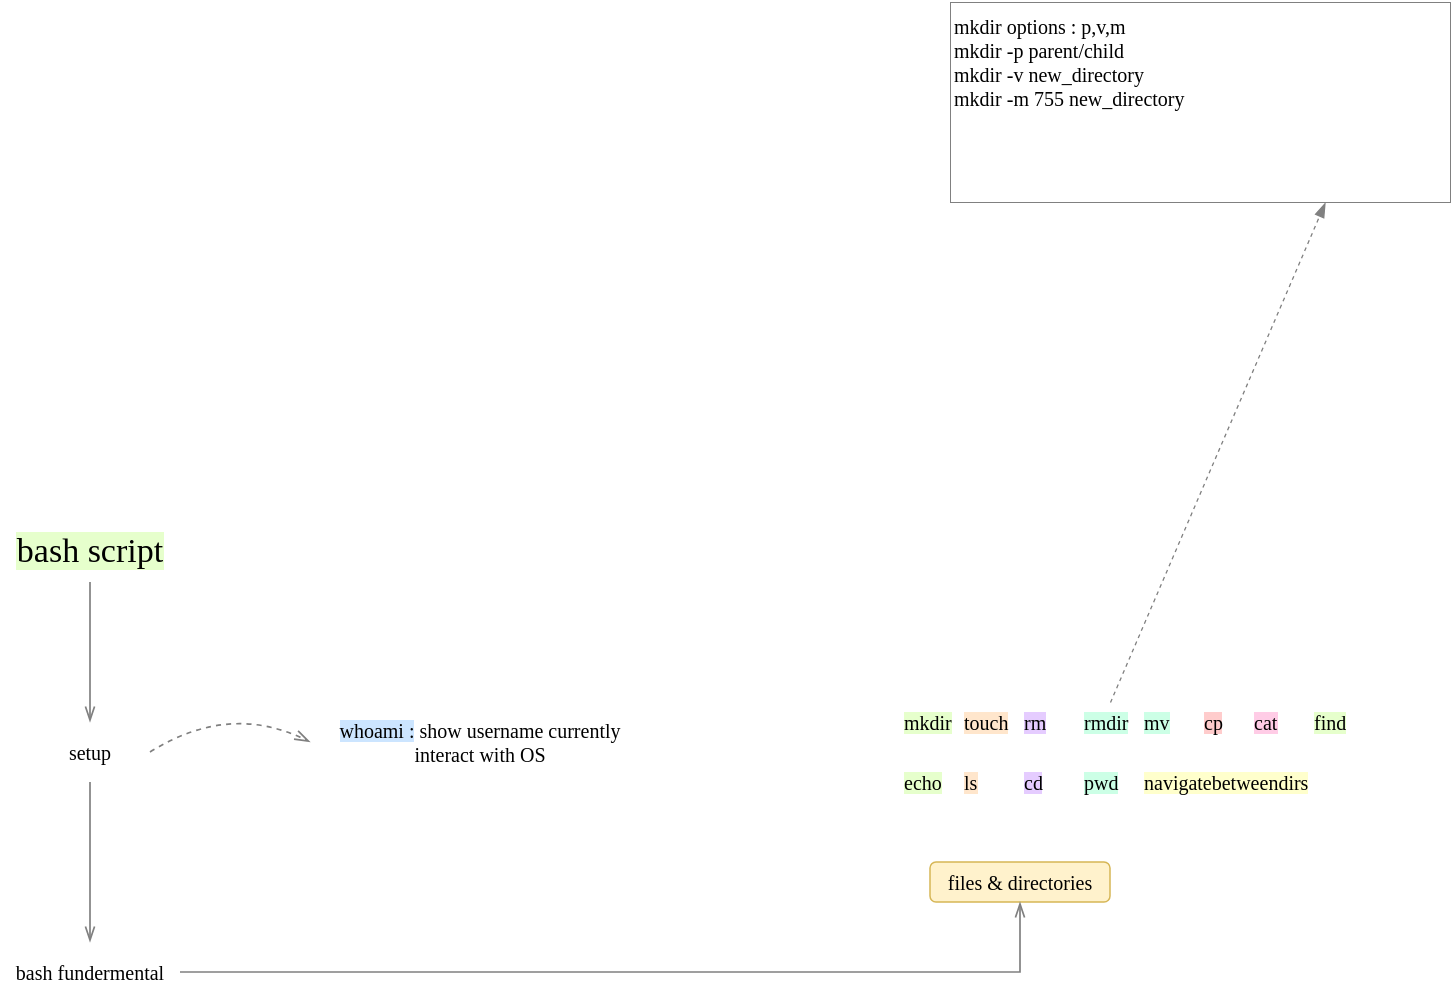
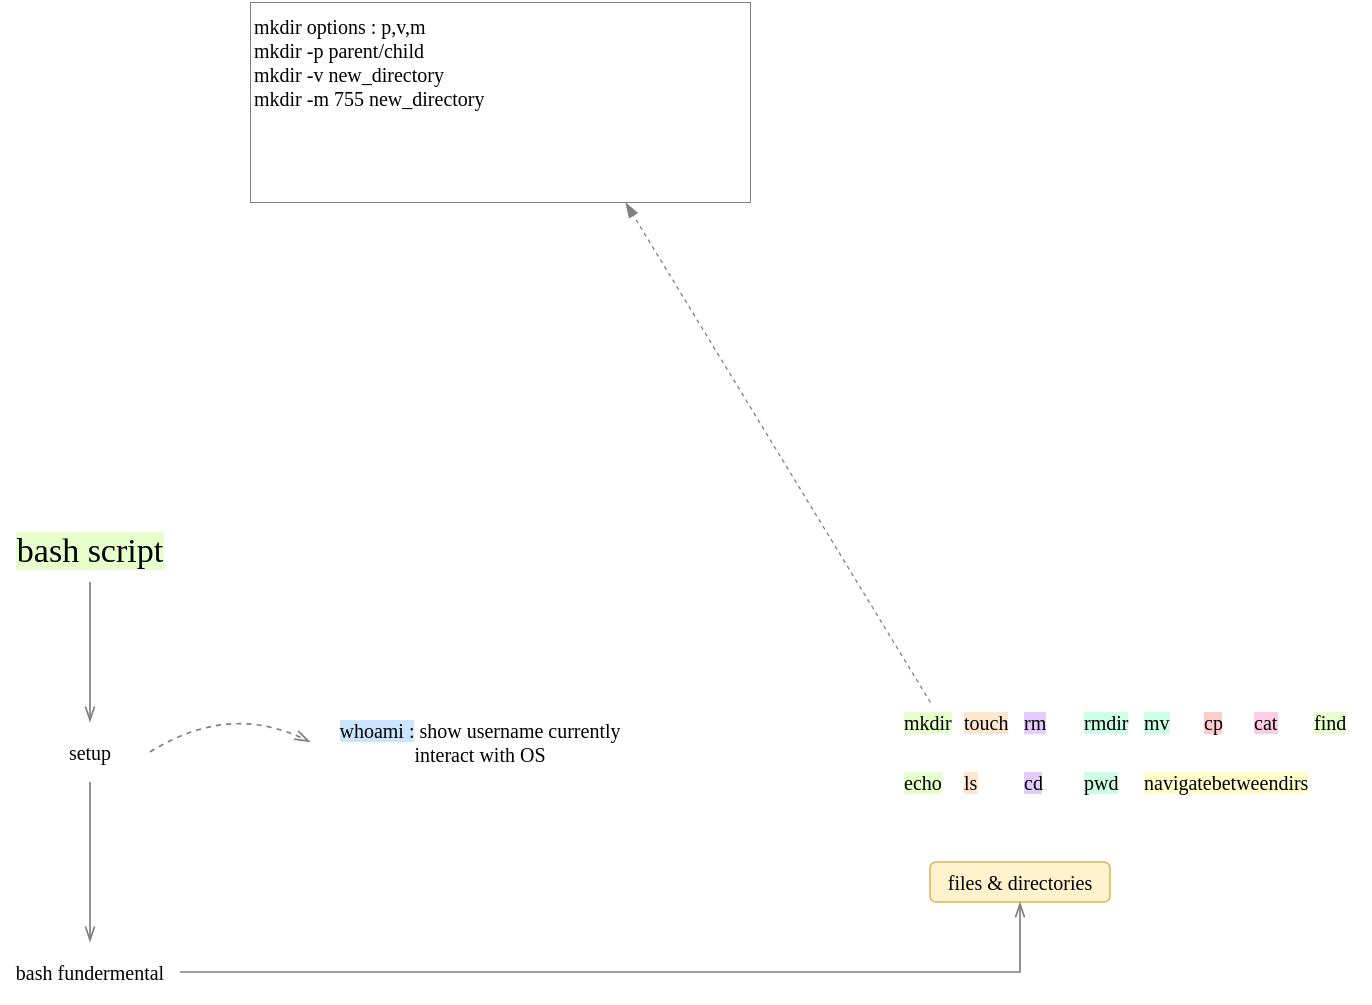
<mxfile host="app.diagrams.net">
  <diagram name="Page-1" id="ASFAg3QW-8pENEQWLq1w">
    <mxGraphModel dx="913" dy="1578" grid="1" gridSize="10" guides="1" tooltips="1" connect="1" arrows="1" fold="1" page="1" pageScale="1" pageWidth="827" pageHeight="1169" math="0" shadow="0">
      <root>
        <mxCell id="0" />
        <mxCell id="1" parent="0" />
        <mxCell id="yHV59lyykjLdx_5fFAOr-2" parent="1" style="text;html=1;whiteSpace=wrap;strokeColor=none;fillColor=none;align=center;verticalAlign=middle;rounded=0;fontFamily=Comic Sans MS;fontSize=17;" value="&lt;span style=&quot;background-color: rgb(230, 255, 204);&quot;&gt;bash script&lt;/span&gt;" vertex="1">
          <mxGeometry height="30" width="80" x="320" y="240" as="geometry" />
        </mxCell>
        <mxCell id="yHV59lyykjLdx_5fFAOr-3" parent="1" style="text;html=1;whiteSpace=wrap;strokeColor=none;fillColor=none;align=center;verticalAlign=middle;rounded=0;fontFamily=Comic Sans MS;fontSize=10;" value="setup " vertex="1">
          <mxGeometry height="30" width="60" x="330" y="340" as="geometry" />
        </mxCell>
        <mxCell id="yHV59lyykjLdx_5fFAOr-4" edge="1" parent="1" source="yHV59lyykjLdx_5fFAOr-2" style="endArrow=openThin;html=1;rounded=0;strokeColor=#808080;endFill=0;strokeWidth=0.85;entryX=0.5;entryY=0;entryDx=0;entryDy=0;exitX=0.5;exitY=1;exitDx=0;exitDy=0;" target="yHV59lyykjLdx_5fFAOr-3" value="">
          <mxGeometry height="50" relative="1" width="50" as="geometry">
            <Array as="points" />
            <mxPoint x="420" y="330" as="sourcePoint" />
            <mxPoint x="420" y="389" as="targetPoint" />
          </mxGeometry>
        </mxCell>
        <mxCell id="yHV59lyykjLdx_5fFAOr-7" edge="1" parent="1" source="yHV59lyykjLdx_5fFAOr-3" style="endArrow=openThin;html=1;rounded=0;strokeColor=#808080;endFill=0;strokeWidth=0.85;exitX=0.5;exitY=1;exitDx=0;exitDy=0;" target="yHV59lyykjLdx_5fFAOr-12" value="">
          <mxGeometry height="50" relative="1" width="50" as="geometry">
            <Array as="points" />
            <mxPoint x="420" y="330" as="sourcePoint" />
            <mxPoint x="360" y="440" as="targetPoint" />
          </mxGeometry>
        </mxCell>
        <mxCell id="yHV59lyykjLdx_5fFAOr-8" parent="1" style="rounded=1;whiteSpace=wrap;html=1;strokeColor=none;fontFamily=Comic Sans MS;strokeWidth=0.75;fontSize=10;" value="&lt;span style=&quot;background-color: rgb(204, 229, 255);&quot;&gt;whoami :&lt;/span&gt;&lt;span&gt; show username currently interact with OS&lt;/span&gt;" vertex="1">
          <mxGeometry height="20" width="170" x="470" y="340" as="geometry" />
        </mxCell>
        <mxCell id="yHV59lyykjLdx_5fFAOr-11" edge="1" parent="1" source="yHV59lyykjLdx_5fFAOr-3" style="endArrow=openThin;html=1;rounded=0;strokeColor=#808080;endFill=0;strokeWidth=0.85;entryX=0;entryY=0.5;entryDx=0;entryDy=0;exitX=1;exitY=0.5;exitDx=0;exitDy=0;curved=1;dashed=1;" target="yHV59lyykjLdx_5fFAOr-8" value="">
          <mxGeometry height="50" relative="1" width="50" as="geometry">
            <Array as="points">
              <mxPoint x="430" y="330" />
            </Array>
            <mxPoint x="420" y="330" as="sourcePoint" />
            <mxPoint x="420" y="389" as="targetPoint" />
          </mxGeometry>
        </mxCell>
        <mxCell id="yHV59lyykjLdx_5fFAOr-12" parent="1" style="text;html=1;whiteSpace=wrap;strokeColor=none;fillColor=none;align=center;verticalAlign=middle;rounded=0;fontFamily=Comic Sans MS;fontSize=10;" value="bash fundermental" vertex="1">
          <mxGeometry height="30" width="90" x="315" y="450" as="geometry" />
        </mxCell>
        <mxCell id="yHV59lyykjLdx_5fFAOr-13" parent="1" style="rounded=1;whiteSpace=wrap;html=1;strokeColor=#d6b656;fontFamily=Comic Sans MS;strokeWidth=0.75;fillColor=#fff2cc;fontSize=10;" value="files &amp;amp; directories" vertex="1">
          <mxGeometry height="20" width="90" x="780" y="410" as="geometry" />
        </mxCell>
        <mxCell id="yHV59lyykjLdx_5fFAOr-15" edge="1" parent="1" source="yHV59lyykjLdx_5fFAOr-12" style="endArrow=openThin;html=1;rounded=0;strokeColor=#808080;endFill=0;strokeWidth=0.85;entryX=0.5;entryY=1;entryDx=0;entryDy=0;exitX=1;exitY=0.5;exitDx=0;exitDy=0;" target="yHV59lyykjLdx_5fFAOr-13" value="">
          <mxGeometry height="50" relative="1" width="50" as="geometry">
            <Array as="points">
              <mxPoint x="825" y="465" />
            </Array>
            <mxPoint x="530" y="390" as="sourcePoint" />
            <mxPoint x="530" y="449" as="targetPoint" />
          </mxGeometry>
        </mxCell>
        <mxCell id="yHV59lyykjLdx_5fFAOr-16" parent="1" style="text;html=1;whiteSpace=wrap;strokeColor=none;fillColor=none;align=left;verticalAlign=middle;rounded=0;fontFamily=Comic Sans MS;fontSize=10;" value="&lt;span style=&quot;background-color: rgb(204, 255, 230);&quot;&gt;pwd&lt;/span&gt;" vertex="1">
          <mxGeometry height="20" width="30" x="855" y="360" as="geometry" />
        </mxCell>
        <mxCell id="yHV59lyykjLdx_5fFAOr-18" parent="1" style="text;html=1;whiteSpace=wrap;strokeColor=none;fillColor=none;align=left;verticalAlign=middle;rounded=0;fontFamily=Comic Sans MS;fontSize=10;" value="&lt;span style=&quot;background-color: rgb(229, 204, 255);&quot;&gt;cd&lt;/span&gt;" vertex="1">
          <mxGeometry height="20" width="30" x="825" y="360" as="geometry" />
        </mxCell>
        <mxCell id="yHV59lyykjLdx_5fFAOr-19" parent="1" style="text;html=1;whiteSpace=wrap;strokeColor=none;fillColor=none;align=left;verticalAlign=middle;rounded=0;fontFamily=Comic Sans MS;fontSize=10;" value="&lt;span style=&quot;background-color: rgb(255, 230, 204);&quot;&gt;ls&lt;/span&gt;" vertex="1">
          <mxGeometry height="20" width="30" x="795" y="360" as="geometry" />
        </mxCell>
        <mxCell id="yHV59lyykjLdx_5fFAOr-20" parent="1" style="text;html=1;whiteSpace=wrap;strokeColor=none;fillColor=none;align=left;verticalAlign=middle;rounded=0;fontFamily=Comic Sans MS;fontSize=10;" value="&lt;span style=&quot;background-color: rgb(230, 255, 204);&quot;&gt;echo&lt;/span&gt;" vertex="1">
          <mxGeometry height="20" width="30" x="765" y="360" as="geometry" />
        </mxCell>
        <mxCell id="yHV59lyykjLdx_5fFAOr-21" parent="1" style="text;html=1;whiteSpace=wrap;strokeColor=none;fillColor=none;align=left;verticalAlign=middle;rounded=0;fontFamily=Comic Sans MS;fontSize=10;" value="&lt;span style=&quot;background-color: rgb(204, 255, 230);&quot;&gt;rmdir&lt;/span&gt;" vertex="1">
          <mxGeometry height="20" width="30" x="855" y="330" as="geometry" />
        </mxCell>
        <mxCell id="yHV59lyykjLdx_5fFAOr-22" parent="1" style="text;html=1;whiteSpace=wrap;strokeColor=none;fillColor=none;align=left;verticalAlign=middle;rounded=0;fontFamily=Comic Sans MS;fontSize=10;" value="&lt;span style=&quot;background-color: rgb(229, 204, 255);&quot;&gt;rm&lt;/span&gt;" vertex="1">
          <mxGeometry height="20" width="30" x="825" y="330" as="geometry" />
        </mxCell>
        <mxCell id="yHV59lyykjLdx_5fFAOr-23" parent="1" style="text;html=1;whiteSpace=wrap;strokeColor=none;fillColor=none;align=left;verticalAlign=middle;rounded=0;fontFamily=Comic Sans MS;fontSize=10;" value="&lt;span style=&quot;background-color: rgb(255, 230, 204);&quot;&gt;touch&lt;/span&gt;" vertex="1">
          <mxGeometry height="20" width="30" x="795" y="330" as="geometry" />
        </mxCell>
        <mxCell id="yHV59lyykjLdx_5fFAOr-24" parent="1" style="text;html=1;whiteSpace=wrap;strokeColor=none;fillColor=none;align=left;verticalAlign=middle;rounded=0;fontFamily=Comic Sans MS;fontSize=10;" value="&lt;span style=&quot;background-color: rgb(230, 255, 204);&quot;&gt;mkdir&lt;/span&gt;" vertex="1">
          <mxGeometry height="20" width="30" x="765" y="330" as="geometry" />
        </mxCell>
        <mxCell id="yHV59lyykjLdx_5fFAOr-25" parent="1" style="text;html=1;whiteSpace=wrap;strokeColor=none;fillColor=none;align=left;verticalAlign=middle;rounded=0;fontFamily=Comic Sans MS;fontSize=10;" value="&lt;span style=&quot;background-color: rgb(230, 255, 204);&quot;&gt;find&lt;/span&gt;" vertex="1">
          <mxGeometry height="20" width="30" x="970" y="330" as="geometry" />
        </mxCell>
        <mxCell id="yHV59lyykjLdx_5fFAOr-26" parent="1" style="text;html=1;whiteSpace=wrap;strokeColor=none;fillColor=none;align=left;verticalAlign=middle;rounded=0;fontFamily=Comic Sans MS;fontSize=10;" value="&lt;span style=&quot;background-color: rgb(255, 204, 230);&quot;&gt;cat&lt;/span&gt;" vertex="1">
          <mxGeometry height="20" width="30" x="940" y="330" as="geometry" />
        </mxCell>
        <mxCell id="yHV59lyykjLdx_5fFAOr-27" parent="1" style="text;html=1;whiteSpace=wrap;strokeColor=none;fillColor=none;align=left;verticalAlign=middle;rounded=0;fontFamily=Comic Sans MS;fontSize=10;" value="&lt;span style=&quot;background-color: rgb(255, 204, 204);&quot;&gt;cp&lt;/span&gt;" vertex="1">
          <mxGeometry height="20" width="30" x="915" y="330" as="geometry" />
        </mxCell>
        <mxCell id="yHV59lyykjLdx_5fFAOr-28" parent="1" style="text;html=1;whiteSpace=wrap;strokeColor=none;fillColor=none;align=left;verticalAlign=middle;rounded=0;fontFamily=Comic Sans MS;fontSize=10;" value="&lt;span style=&quot;background-color: rgb(204, 255, 230);&quot;&gt;mv&lt;/span&gt;" vertex="1">
          <mxGeometry height="20" width="30" x="885" y="330" as="geometry" />
        </mxCell>
        <mxCell id="yHV59lyykjLdx_5fFAOr-29" parent="1" style="text;html=1;whiteSpace=wrap;strokeColor=none;fillColor=none;align=left;verticalAlign=middle;rounded=0;fontFamily=Comic Sans MS;fontSize=10;" value="&lt;span style=&quot;background-color: rgb(255, 255, 204);&quot;&gt;navigatebetweendirs&lt;/span&gt;" vertex="1">
          <mxGeometry height="20" width="100" x="885" y="360" as="geometry" />
        </mxCell>
        <mxCell id="yHV59lyykjLdx_5fFAOr-31" parent="1" style="rounded=0;whiteSpace=wrap;html=1;fontFamily=Comic Sans MS;strokeWidth=0.5;strokeColor=#808080;align=left;verticalAlign=top;fontSize=10;" value="&lt;div&gt;mkdir options : p,v,m&lt;/div&gt;&lt;div&gt;mkdir -p parent/child&lt;/div&gt;&lt;div&gt;&lt;div&gt;mkdir -v new_directory&lt;/div&gt;&lt;/div&gt;&lt;div&gt;&lt;div&gt;mkdir -m 755 new_directory&lt;/div&gt;&lt;/div&gt;&lt;div&gt;&lt;br&gt;&lt;/div&gt;" vertex="1">
-           <mxGeometry height="100" width="250" x="790" y="-20" as="geometry" />
+           <mxGeometry height="100" width="250" x="440" y="-20" as="geometry" />
        </mxCell>
-         <mxCell id="yHV59lyykjLdx_5fFAOr-33" edge="1" parent="1" source="yHV59lyykjLdx_5fFAOr-21" style="endArrow=blockThin;html=1;rounded=0;strokeColor=#808080;endFill=1;strokeWidth=0.65;exitX=0.5;exitY=0;exitDx=0;exitDy=0;entryX=0.75;entryY=1;entryDx=0;entryDy=0;dashed=1;" target="yHV59lyykjLdx_5fFAOr-31" value="">
+         <mxCell id="yHV59lyykjLdx_5fFAOr-33" edge="1" parent="1" source="yHV59lyykjLdx_5fFAOr-24" style="endArrow=blockThin;html=1;rounded=0;strokeColor=#808080;endFill=1;strokeWidth=0.65;exitX=0.5;exitY=0;exitDx=0;exitDy=0;entryX=0.75;entryY=1;entryDx=0;entryDy=0;dashed=1;" target="yHV59lyykjLdx_5fFAOr-31" value="">
          <mxGeometry height="50" relative="1" width="50" as="geometry">
            <mxPoint x="775" y="360" as="sourcePoint" />
            <mxPoint x="750" y="320" as="targetPoint" />
          </mxGeometry>
        </mxCell>
      </root>
    </mxGraphModel>
  </diagram>
</mxfile>
